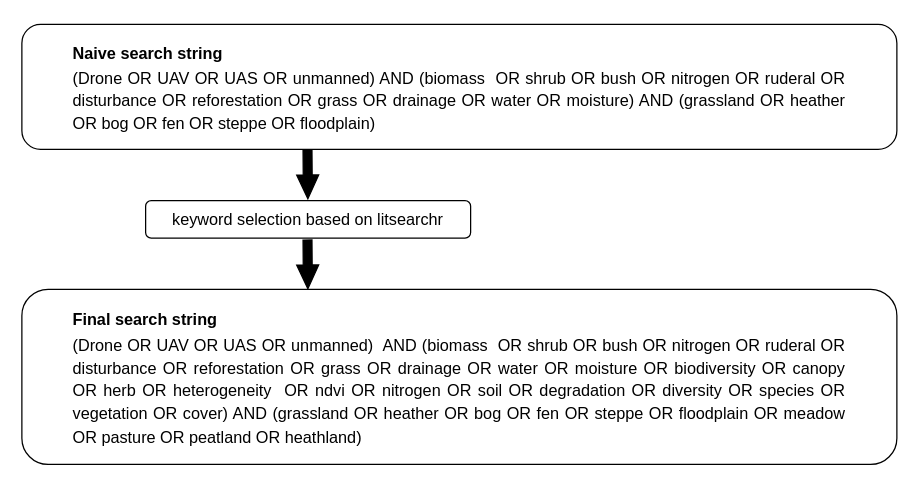
The draw.io diagram figures/search_string.drawio in jan-steen/takeoff, before the edit. Source tidied: cells renumbered, new cells numbered last; positions are measured from the earlier drawing's top-left corner, leaving out a move shared by most shapes. Both pictures are drawn from the tidied source at 125%, with x=0, y=0 at pixel (21, 24).
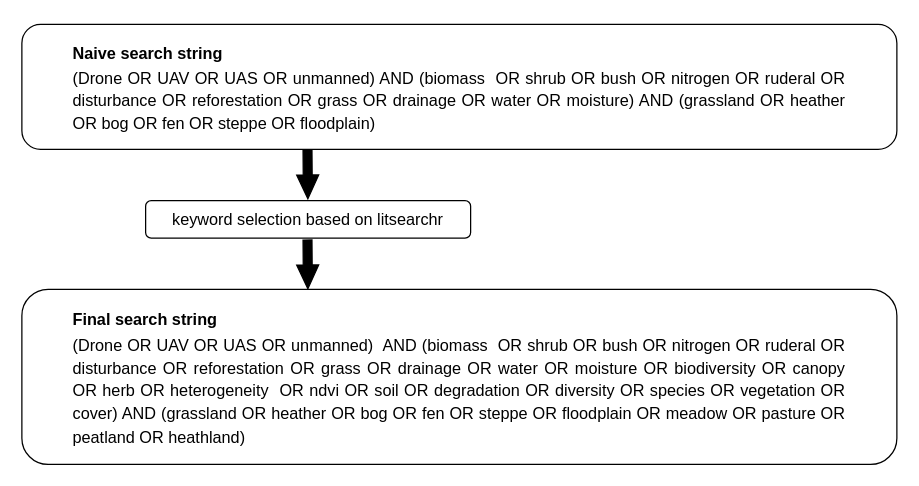
After the change.

The edit, as a diff of the source:
```diff
@@
 <mxGraphModel>
   <root>
     <mxCell id="0" />
     <mxCell id="1" parent="0" />
     <mxCell id="2" value="&lt;blockquote&gt;&lt;div style=&quot;line-height: 140%;&quot; align=&quot;justify&quot;&gt;&lt;b style=&quot;line-height: 180%;&quot;&gt;Naive search string&lt;/b&gt;&lt;/div&gt;&lt;div style=&quot;line-height: 140%;&quot; align=&quot;justify&quot;&gt;(Drone OR UAV OR UAS OR unmanned) AND (biomass&amp;nbsp; OR shrub OR bush OR nitrogen OR ruderal OR disturbance OR reforestation OR grass OR drainage OR water OR moisture) AND (grassland OR heather OR bog OR fen OR steppe OR floodplain)&lt;/div&gt;&lt;/blockquote&gt;" style="rounded=1;whiteSpace=wrap;html=1;align=center;fontSize=13;" parent="1" vertex="1">
       <mxGeometry width="700" height="100" as="geometry" />
     </mxCell>
-    <mxCell id="3" value="&lt;blockquote&gt;&lt;div align=&quot;justify&quot; style=&quot;line-height: 140%;&quot;&gt;&lt;b style=&quot;line-height: 180%;&quot;&gt;Final search string&lt;/b&gt;&lt;/div&gt;&lt;div align=&quot;justify&quot; style=&quot;line-height: 140%;&quot;&gt;(Drone OR UAV OR UAS OR unmanned)&amp;nbsp; AND&amp;nbsp;(biomass&amp;nbsp; OR shrub OR bush OR nitrogen OR ruderal OR disturbance OR reforestation OR grass OR drainage OR water OR moisture OR biodiversity OR canopy OR herb OR heterogeneity&amp;nbsp; OR ndvi OR nitrogen OR soil OR degradation OR diversity OR species OR vegetation OR cover) AND (grassland OR heather OR bog OR fen OR steppe OR floodplain OR meadow OR pasture OR peatland OR heathland)&lt;/div&gt;&lt;/blockquote&gt;" style="rounded=1;whiteSpace=wrap;html=1;align=center;fontSize=13;" parent="1" vertex="1">
+    <mxCell id="3" value="&lt;blockquote&gt;&lt;div align=&quot;justify&quot; style=&quot;line-height: 140%;&quot;&gt;&lt;b style=&quot;line-height: 180%;&quot;&gt;Final search string&lt;/b&gt;&lt;/div&gt;&lt;div align=&quot;justify&quot; style=&quot;line-height: 140%;&quot;&gt;(Drone OR UAV OR UAS OR unmanned)&amp;nbsp; AND&amp;nbsp;(biomass&amp;nbsp; OR shrub OR bush OR nitrogen OR ruderal OR disturbance OR reforestation OR grass OR drainage OR water OR moisture OR biodiversity OR canopy OR herb OR heterogeneity&amp;nbsp; OR ndvi OR soil OR degradation OR diversity OR species OR vegetation OR cover) AND (grassland OR heather OR bog OR fen OR steppe OR floodplain OR meadow OR pasture OR peatland OR heathland)&lt;/div&gt;&lt;/blockquote&gt;" style="rounded=1;whiteSpace=wrap;html=1;align=center;fontSize=13;" parent="1" vertex="1">
       <mxGeometry y="212" width="700" height="140" as="geometry" />
     </mxCell>
     <mxCell id="4" style="shape=flexArrow;endArrow=classic;html=1;rounded=0;width=7.142857142857142;endSize=6;endWidth=9.45578231292517;fontSize=13;fillColor=light-dark(#000000, #ededed);" parent="1" edge="1">
       <mxGeometry relative="1" as="geometry">
         <mxPoint x="228.5" y="172" as="sourcePoint" />
         <mxPoint x="228.8" y="212" as="targetPoint" />
       </mxGeometry>
     </mxCell>
     <mxCell id="5" style="shape=flexArrow;endArrow=classic;html=1;rounded=0;width=7.142857142857142;endSize=6;endWidth=9.45578231292517;fontSize=13;fillColor=light-dark(#000000, #ededed);" parent="1" edge="1">
       <mxGeometry relative="1" as="geometry">
         <mxPoint x="228.5" y="100" as="sourcePoint" />
         <mxPoint x="228.8" y="140" as="targetPoint" />
       </mxGeometry>
     </mxCell>
     <mxCell id="6" value="keyword selection based on litsearchr" style="rounded=1;whiteSpace=wrap;html=1;align=center;fontSize=13;" parent="1" vertex="1">
       <mxGeometry x="99" y="141" width="260" height="30" as="geometry" />
     </mxCell>
   </root>
 </mxGraphModel>
```
